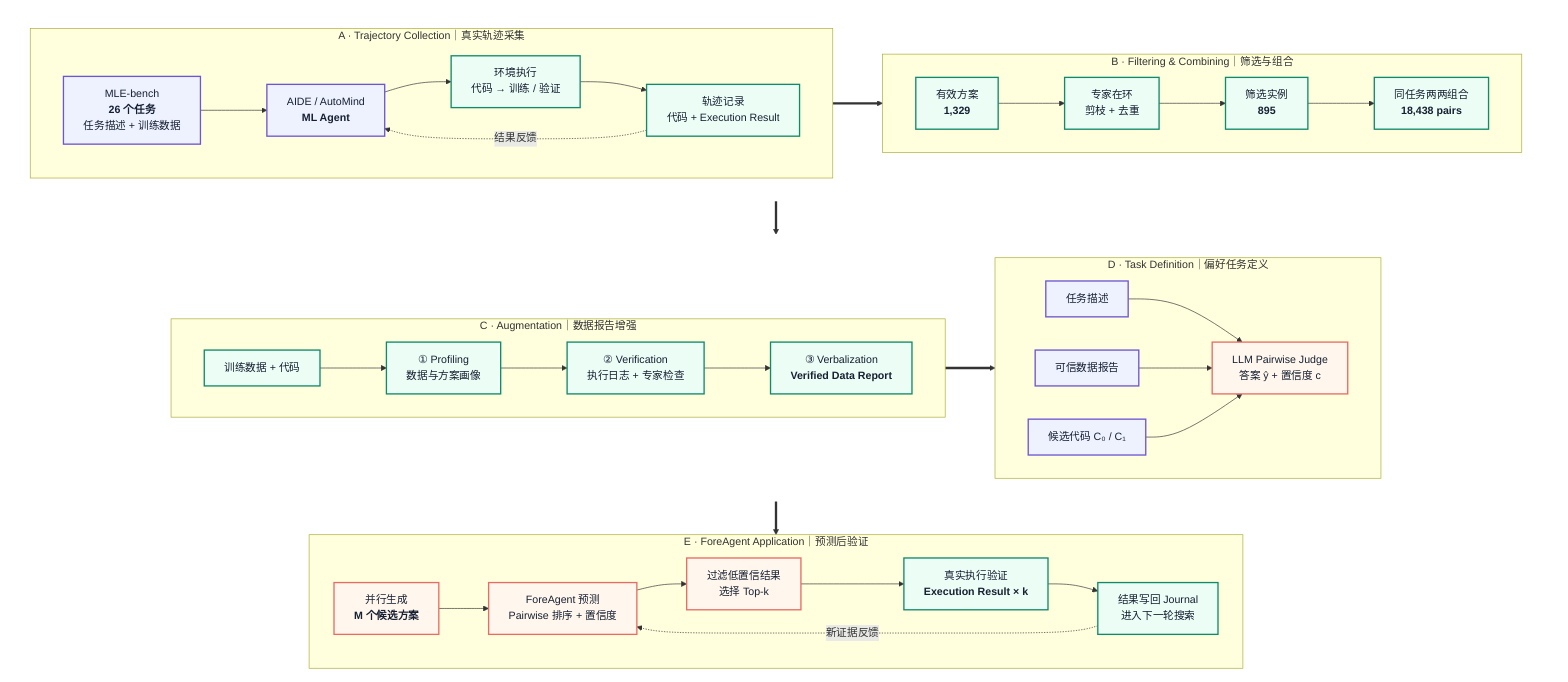
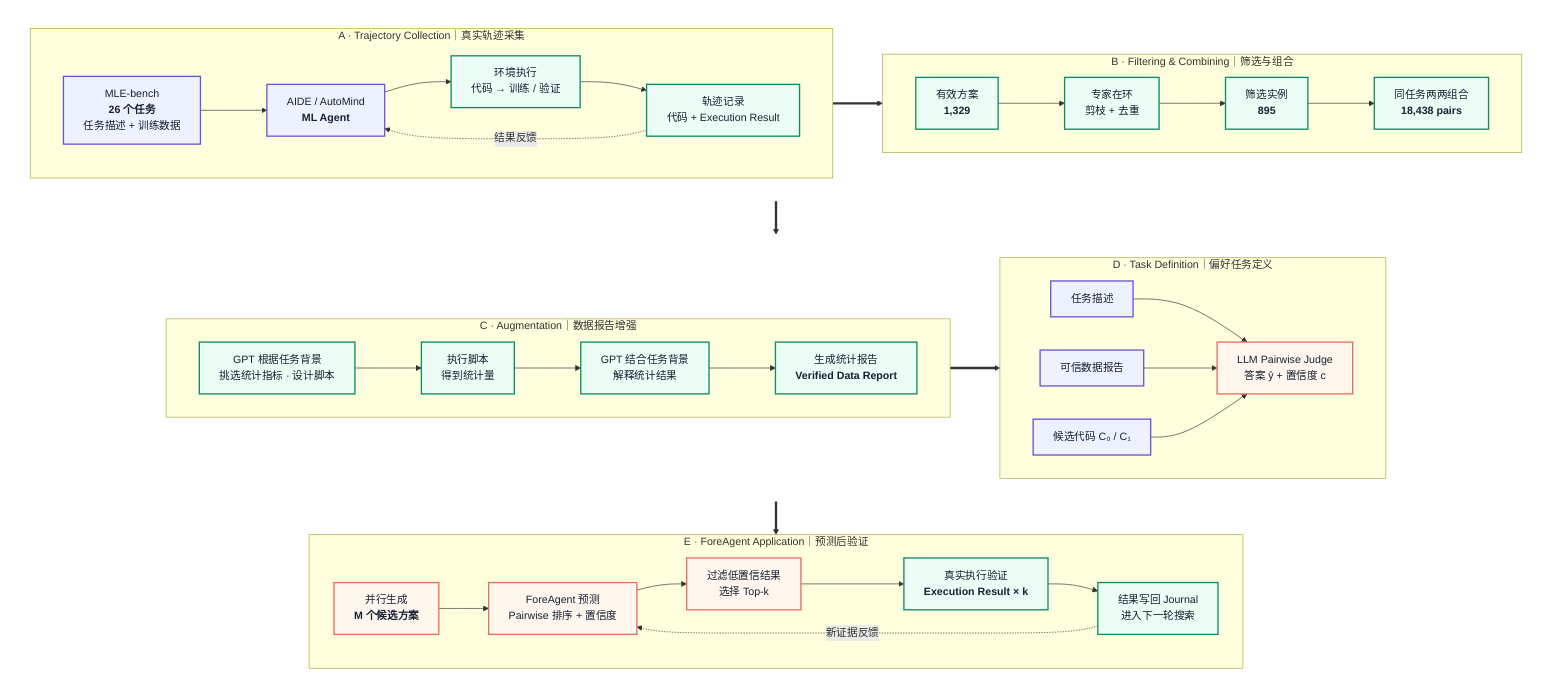
flowchart TB
    subgraph ROW1[" "]
        direction LR
        subgraph A["A · Trajectory Collection｜真实轨迹采集"]
            direction LR
            A1["MLE-bench<br/><b>26 个任务</b><br/>任务描述 + 训练数据"]
            A2["AIDE / AutoMind<br/><b>ML Agent</b>"]
            A3["环境执行<br/>代码 → 训练 / 验证"]
            A4["轨迹记录<br/>代码 + Execution Result"]
            A1 --> A2 --> A3 --> A4
            A4 -. 结果反馈 .-> A2
        end

        subgraph B["B · Filtering & Combining｜筛选与组合"]
            direction LR
            B1["有效方案<br/><b>1,329</b>"]
            B2["专家在环<br/>剪枝 + 去重"]
            B3["筛选实例<br/><b>895</b>"]
            B4["同任务两两组合<br/><b>18,438 pairs</b>"]
            B1 --> B2 --> B3 --> B4
        end
    end

    subgraph ROW2[" "]
        direction LR
        subgraph C["C · Augmentation｜数据报告增强"]
            direction LR
-             C1["训练数据 + 代码"]
-             C2["① Profiling<br/>数据与方案画像"]
-             C3["② Verification<br/>执行日志 + 专家检查"]
-             C4["③ Verbalization<br/><b>Verified Data Report</b>"]
+             C1["GPT 根据任务背景<br/>挑选统计指标 · 设计脚本"]
+             C2["执行脚本<br/>得到统计量"]
+             C3["GPT 结合任务背景<br/>解释统计结果"]
+             C4["生成统计报告<br/><b>Verified Data Report</b>"]
            C1 --> C2 --> C3 --> C4
        end

        subgraph D["D · Task Definition｜偏好任务定义"]
            direction LR
            D1["任务描述"]
            D2["可信数据报告"]
            D3["候选代码 C₀ / C₁"]
            D4["LLM Pairwise Judge<br/>答案 ŷ + 置信度 c"]
            D1 --> D4
            D2 --> D4
            D3 --> D4
        end
    end

    subgraph E["E · ForeAgent Application｜预测后验证"]
        direction LR
        E1["并行生成<br/><b>M 个候选方案</b>"]
        E2["ForeAgent 预测<br/>Pairwise 排序 + 置信度"]
        E3["过滤低置信结果<br/>选择 Top-k"]
        E4["真实执行验证<br/><b>Execution Result × k</b>"]
        E5["结果写回 Journal<br/>进入下一轮搜索"]
        E1 --> E2 --> E3 --> E4 --> E5
        E5 -. 新证据反馈 .-> E2
    end

    A4 ==> B1
    B4 ==> C1
    C4 ==> D2
    D4 ==> E2

    style ROW1 fill:transparent,stroke:transparent
    style ROW2 fill:transparent,stroke:transparent

    classDef source fill:#eef2ff,stroke:#6d56d3,stroke-width:2px,color:#172033;
    classDef evidence fill:#ecfdf5,stroke:#0f8a6a,stroke-width:2px,color:#172033;
    classDef action fill:#fff7ed,stroke:#ea6b63,stroke-width:2px,color:#172033;
    class A1,A2,D1,D2,D3 source;
    class A3,A4,B1,B2,B3,B4,C1,C2,C3,C4,E4,E5 evidence;
    class D4,E1,E2,E3 action;
